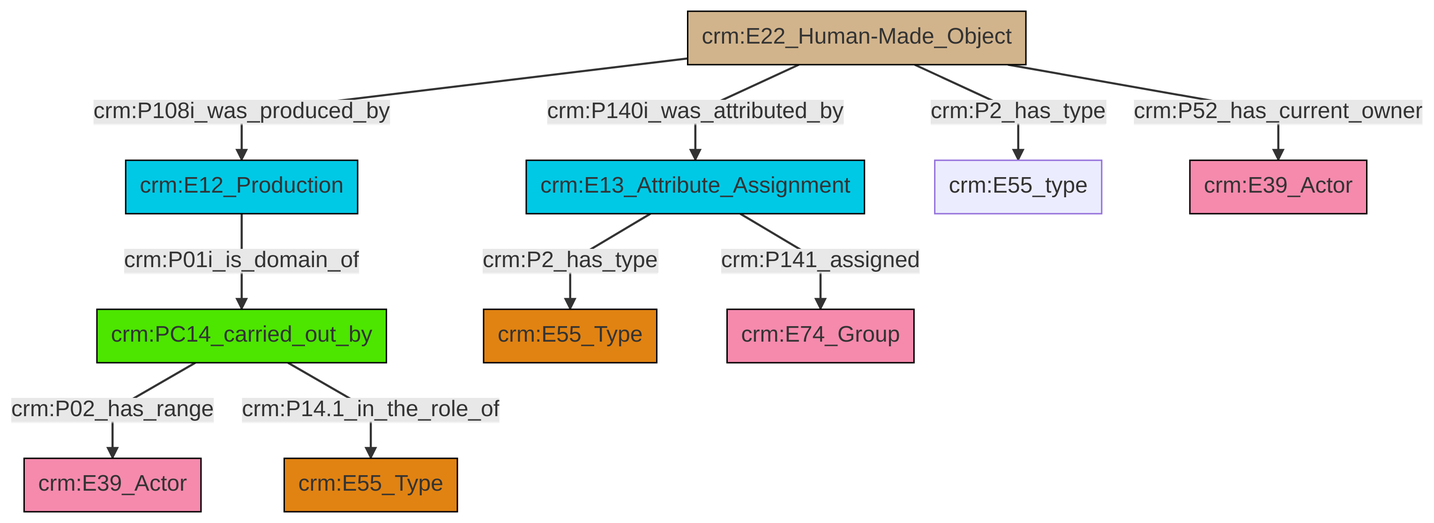
Above: et/builtWorkCSV/ttl/mmd/png/Built_Work_actor_relations.png in swiss-art-research-net/reference-data-models (Mermaid), before the change. Its source is kept beside it as et/builtWorkCSV/ttl/mmd/Built_Work_actor_relations.ttl.mmd.
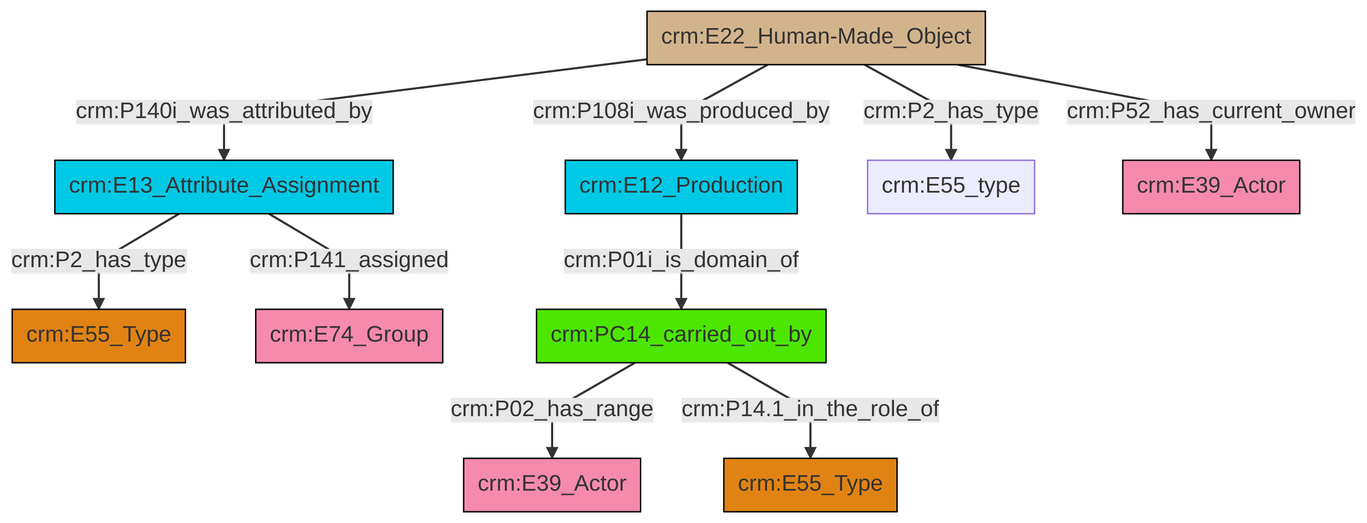
Later version of the same file.

The edit, as a diff of the source:
```diff
@@ -13,12 +13,12 @@
 classDef PC_Classes fill:#4ce600, stroke:#000000;
 classDef Multi fill:#cccccc,stroke:#000000;
 
-2["crm:E12_Production"]:::Temporal_Entity -->|crm:P01i_is_domain_of| 0["crm:PC14_carried_out_by"]:::PC_Classes
-0["crm:PC14_carried_out_by"]:::PC_Classes -->|crm:P02_has_range| 3["crm:E39_Actor"]:::Actor
-9["crm:E13_Attribute_Assignment"]:::Temporal_Entity -->|crm:P2_has_type| 7["crm:E55_Type"]:::Type
-5["crm:E22_Human-Made_Object"]:::Physical_Thing -->|crm:P140i_was_attributed_by| 9["crm:E13_Attribute_Assignment"]:::Temporal_Entity
-5["crm:E22_Human-Made_Object"]:::Physical_Thing -->|crm:P52_has_current_owner| 14["crm:E39_Actor"]:::Actor
-5["crm:E22_Human-Made_Object"]:::Physical_Thing -->|crm:P108i_was_produced_by| 2["crm:E12_Production"]:::Temporal_Entity
-5["crm:E22_Human-Made_Object"]:::Physical_Thing -->|crm:P2_has_type| 10["crm:E55_type"]:::Default
-0["crm:PC14_carried_out_by"]:::PC_Classes -->|crm:P14.1_in_the_role_of| 18["crm:E55_Type"]:::Type
-9["crm:E13_Attribute_Assignment"]:::Temporal_Entity -->|crm:P141_assigned| 12["crm:E74_Group"]:::Actor
+0["crm:E13_Attribute_Assignment"]:::Temporal_Entity -->|crm:P2_has_type| 1["crm:E55_Type"]:::Type
+7["crm:PC14_carried_out_by"]:::PC_Classes -->|crm:P02_has_range| 8["crm:E39_Actor"]:::Actor
+7["crm:PC14_carried_out_by"]:::PC_Classes -->|crm:P14.1_in_the_role_of| 4["crm:E55_Type"]:::Type
+13["crm:E22_Human-Made_Object"]:::Physical_Thing -->|crm:P140i_was_attributed_by| 0["crm:E13_Attribute_Assignment"]:::Temporal_Entity
+10["crm:E12_Production"]:::Temporal_Entity -->|crm:P01i_is_domain_of| 7["crm:PC14_carried_out_by"]:::PC_Classes
+13["crm:E22_Human-Made_Object"]:::Physical_Thing -->|crm:P108i_was_produced_by| 10["crm:E12_Production"]:::Temporal_Entity
+0["crm:E13_Attribute_Assignment"]:::Temporal_Entity -->|crm:P141_assigned| 15["crm:E74_Group"]:::Actor
+13["crm:E22_Human-Made_Object"]:::Physical_Thing -->|crm:P2_has_type| 2["crm:E55_type"]:::Default
+13["crm:E22_Human-Made_Object"]:::Physical_Thing -->|crm:P52_has_current_owner| 18["crm:E39_Actor"]:::Actor
```
